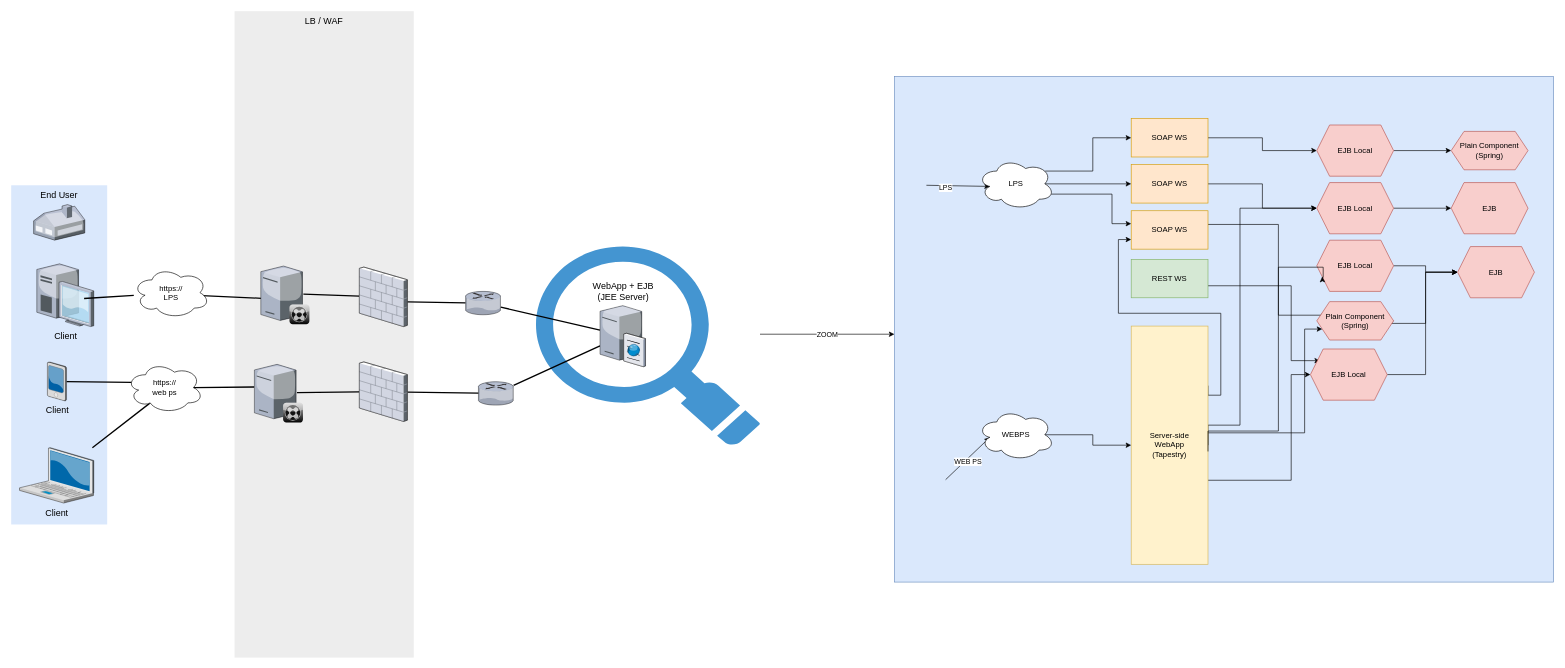
Earlier version of the draw.io diagram transformation etape 4.drawio (YannRobert/draw.io). Source tidied: cells renumbered, new cells numbered last; positions are measured from the earlier drawing's top-left corner, leaving out a move shared by most shapes. Both pictures are drawn from the tidied source at 64%, with x=0, y=0 at pixel (11, 11).
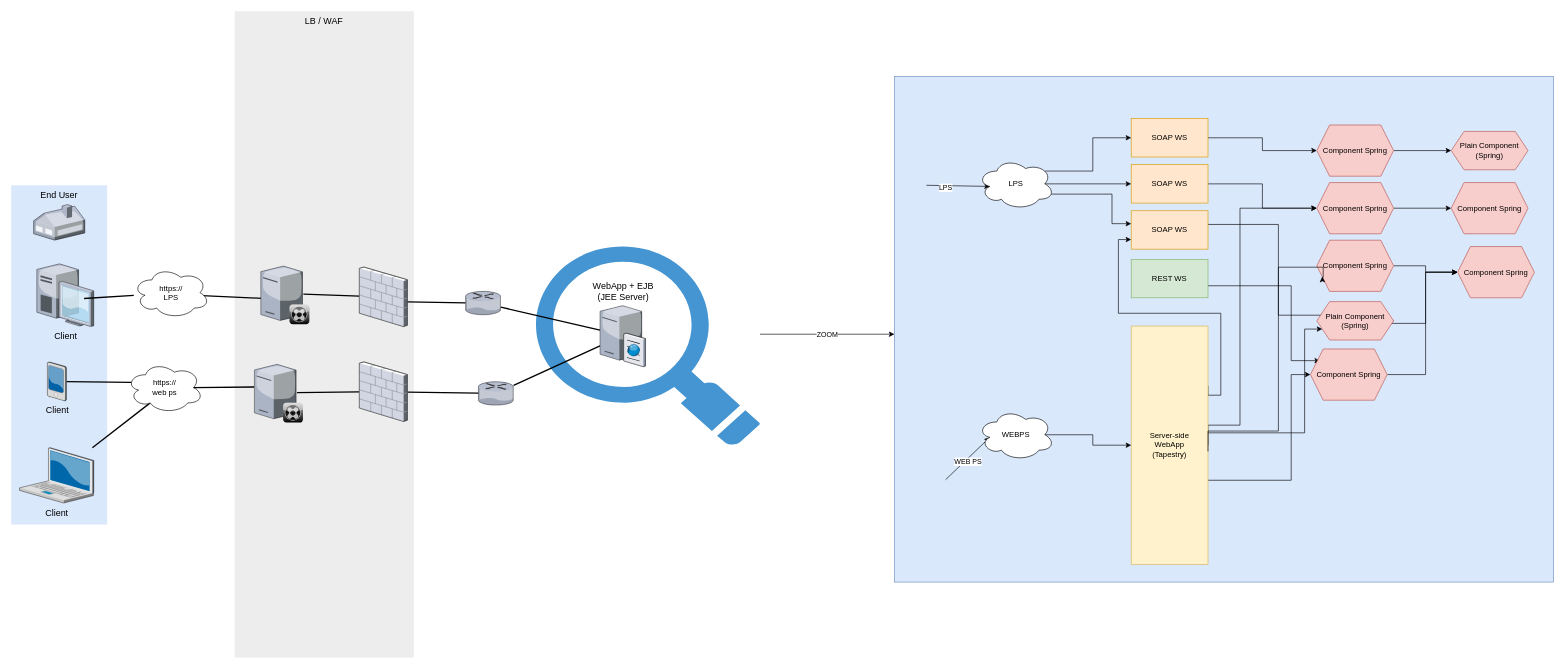
The same page after the edit.

Commit message:
Mettre à jour transformation etape 4.drawio

Diff of the diagram source:
```diff
@@
-    <mxCell id="37" value="EJB Local" style="shape=hexagon;perimeter=hexagonPerimeter2;whiteSpace=wrap;html=1;fixedSize=1;fillColor=#f8cecc;strokeColor=#b85450;" parent="1" vertex="1">
+    <mxCell id="37" value="Component Spring" style="shape=hexagon;perimeter=hexagonPerimeter2;whiteSpace=wrap;html=1;fixedSize=1;fillColor=#f8cecc;strokeColor=#b85450;" parent="1" vertex="1">
       <mxGeometry x="2040" y="177.8" width="120" height="80" as="geometry" />
     </mxCell>
@@
-    <mxCell id="39" value="EJB Local" style="shape=hexagon;perimeter=hexagonPerimeter2;whiteSpace=wrap;html=1;fixedSize=1;fillColor=#f8cecc;strokeColor=#b85450;" parent="1" vertex="1">
+    <mxCell id="39" value="Component Spring" style="shape=hexagon;perimeter=hexagonPerimeter2;whiteSpace=wrap;html=1;fixedSize=1;fillColor=#f8cecc;strokeColor=#b85450;" parent="1" vertex="1">
       <mxGeometry x="2040" y="357.8" width="120" height="80" as="geometry" />
     </mxCell>
@@
-    <mxCell id="41" value="EJB Local" style="shape=hexagon;perimeter=hexagonPerimeter2;whiteSpace=wrap;html=1;fixedSize=1;fillColor=#f8cecc;strokeColor=#b85450;" parent="1" vertex="1">
+    <mxCell id="41" value="Component Spring" style="shape=hexagon;perimeter=hexagonPerimeter2;whiteSpace=wrap;html=1;fixedSize=1;fillColor=#f8cecc;strokeColor=#b85450;" parent="1" vertex="1">
       <mxGeometry x="2040" y="267.8" width="120" height="80" as="geometry" />
     </mxCell>
-    <mxCell id="42" value="EJB" style="shape=hexagon;perimeter=hexagonPerimeter2;whiteSpace=wrap;html=1;fixedSize=1;fillColor=#f8cecc;strokeColor=#b85450;" parent="1" vertex="1">
+    <mxCell id="42" value="Component Spring" style="shape=hexagon;perimeter=hexagonPerimeter2;whiteSpace=wrap;html=1;fixedSize=1;fillColor=#f8cecc;strokeColor=#b85450;" parent="1" vertex="1">
       <mxGeometry x="2250" y="267.8" width="120" height="80" as="geometry" />
     </mxCell>
@@
-    <mxCell id="44" value="EJB" style="shape=hexagon;perimeter=hexagonPerimeter2;whiteSpace=wrap;html=1;fixedSize=1;fillColor=#f8cecc;strokeColor=#b85450;" parent="1" vertex="1">
+    <mxCell id="44" value="Component Spring" style="shape=hexagon;perimeter=hexagonPerimeter2;whiteSpace=wrap;html=1;fixedSize=1;fillColor=#f8cecc;strokeColor=#b85450;" parent="1" vertex="1">
       <mxGeometry x="2260" y="367.8" width="120" height="80" as="geometry" />
     </mxCell>
@@
-    <mxCell id="46" value="EJB Local" style="shape=hexagon;perimeter=hexagonPerimeter2;whiteSpace=wrap;html=1;fixedSize=1;fillColor=#f8cecc;strokeColor=#b85450;" parent="1" vertex="1">
+    <mxCell id="46" value="Component Spring" style="shape=hexagon;perimeter=hexagonPerimeter2;whiteSpace=wrap;html=1;fixedSize=1;fillColor=#f8cecc;strokeColor=#b85450;" parent="1" vertex="1">
       <mxGeometry x="2030" y="527.8" width="120" height="80" as="geometry" />
     </mxCell>
```
